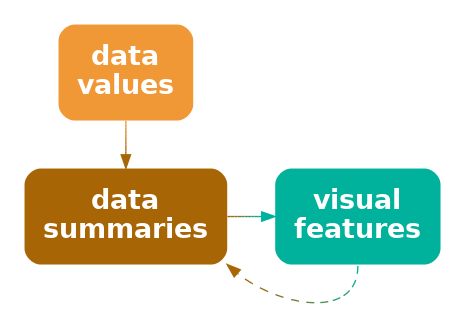
Above: Diagrams/stat-vis-decode.png in pmur002/hdvw (Graphviz), before the change. Its source is kept beside it as Diagrams/stat-vis-decode.dot.
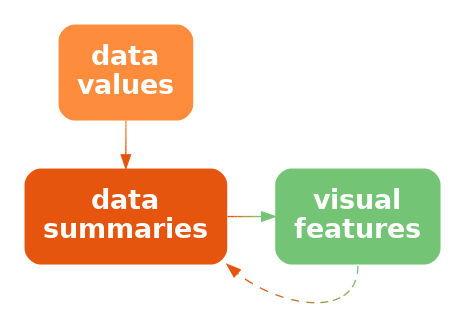
Above is the later version.

Change to the diagram source:
```diff
@@ -1,12 +1,12 @@
 digraph {
   graph [ rankdir=LR; margin=.2; nodesep=.5 ];
   node [ fontsize=20; fontname="sans bold"; margin=.2 ];
-  data [ label="data\nvalues"; shape=box; style="filled, rounded"; penwidth=0; fontcolor=white; fillcolor="#F09736" ]
-  stat [ label="data\nsummaries"; shape=box; style="filled, rounded"; penwidth=0; fontcolor=white; fillcolor="#A86505" ]
+  data [ label="data\nvalues"; shape=box; style="filled, rounded"; penwidth=0; fontcolor=white; fillcolor="#FD8D3C" ]
+  stat [ label="data\nsummaries"; shape=box; style="filled, rounded"; penwidth=0; fontcolor=white; fillcolor="#E6550D" ]
   vis [ label="visual\nfeatures"; shape=box;
-     style="filled, rounded"; penwidth=0; fontcolor=white; fillcolor="#00B19B" ]
-  data -> stat [ color="#F09736;0.1:#E89131;0.1:#E08C2B;0.1:#D88626;0.1:#D08120;0.1:#C87B1B;0.1:#C07615;0.1:#B87010;0.1:#B06B0A;0.1:#A86505;0.1" ]
-  stat -> vis [ color="#A86505;0.1:#956D16;0.1:#837626;0.1:#707E37;0.1:#5D8748;0.1:#4B8F58;0.1:#389869;0.1:#25A07A;0.1:#13A98A;0.1:#00B19B;0.1" ]
-  vis:s -> stat:se [ style="dashed", color="#00B19B;0.1:#13A98A;0.1:#25A07A;0.1:#389869;0.1:#4B8F58;0.1:#5D8748;0.1:#707E37;0.1:#837626;0.1:#956D16;0.1:#A86505;0.1" ]
+     style="filled, rounded"; penwidth=0; fontcolor=white; fillcolor="#74C476" ]
+  data -> stat [ color="#FD8D3C;0.1:#FA8737;0.1:#F88132;0.1:#F57A2C;0.1:#F37427;0.1:#F06E22;0.1:#EE681D;0.1:#EB6117;0.1:#E95B12;0.1:#E6550D;0.1" ]
+  stat -> vis [ color="#E6550D;0.1:#D96119;0.1:#CD6E24;0.1:#C07A30;0.1:#B3863C;0.1:#A79347;0.1:#9A9F53;0.1:#8DAB5F;0.1:#81B86A;0.1:#74C476;0.1" ]
+  vis:s -> stat:se [ style="dashed", color="#74C476;0.1:#81B86A;0.1:#8DAB5F;0.1:#9A9F53;0.1:#A79347;0.1:#B3863C;0.1:#C07A30;0.1:#CD6E24;0.1:#D96119;0.1:#E6550D;0.1" ]
 { rank=same; data, stat }
 }
```
